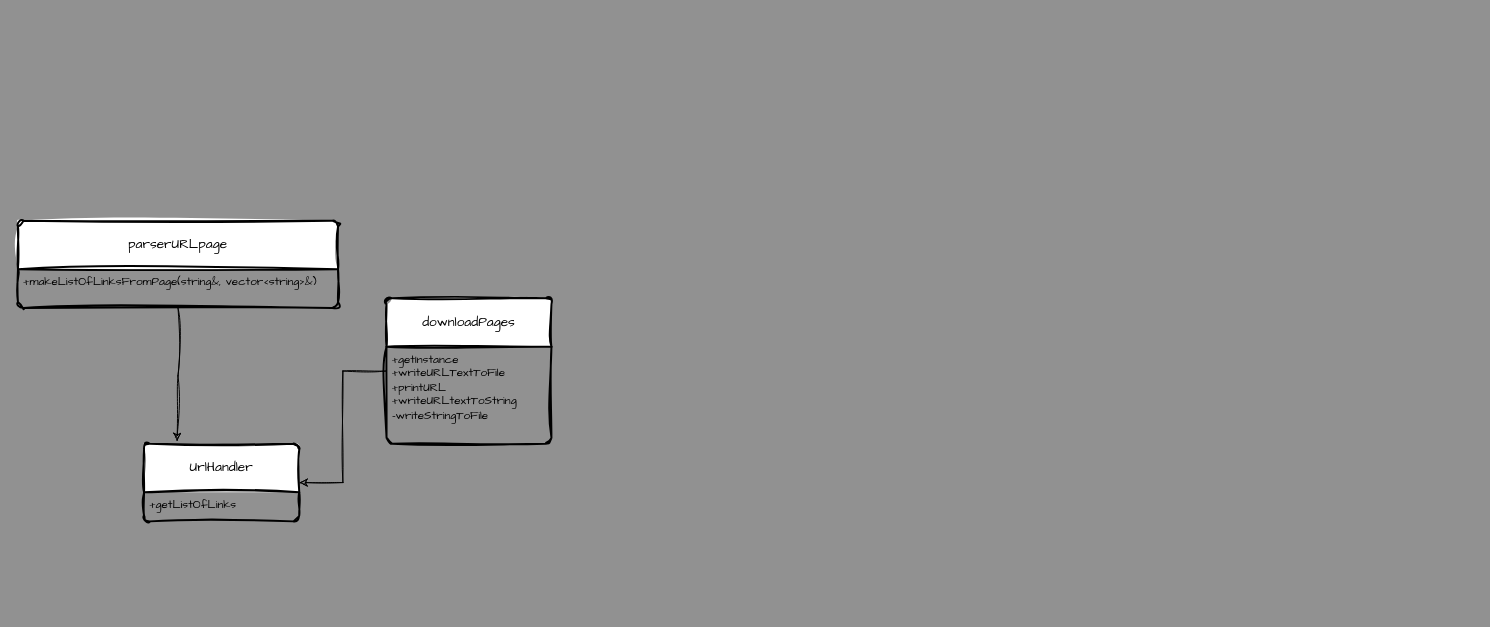
Before: Koogle Search Engine.drawio in david3025/Koogle-Search-Engine, a draw.io diagram. Source tidied: cells renumbered, new cells numbered last; positions are measured from the earlier drawing's top-left corner, leaving out a move shared by most shapes. Both pictures are drawn from the tidied source at 97%, with x=0, y=0 at pixel (17, 220).
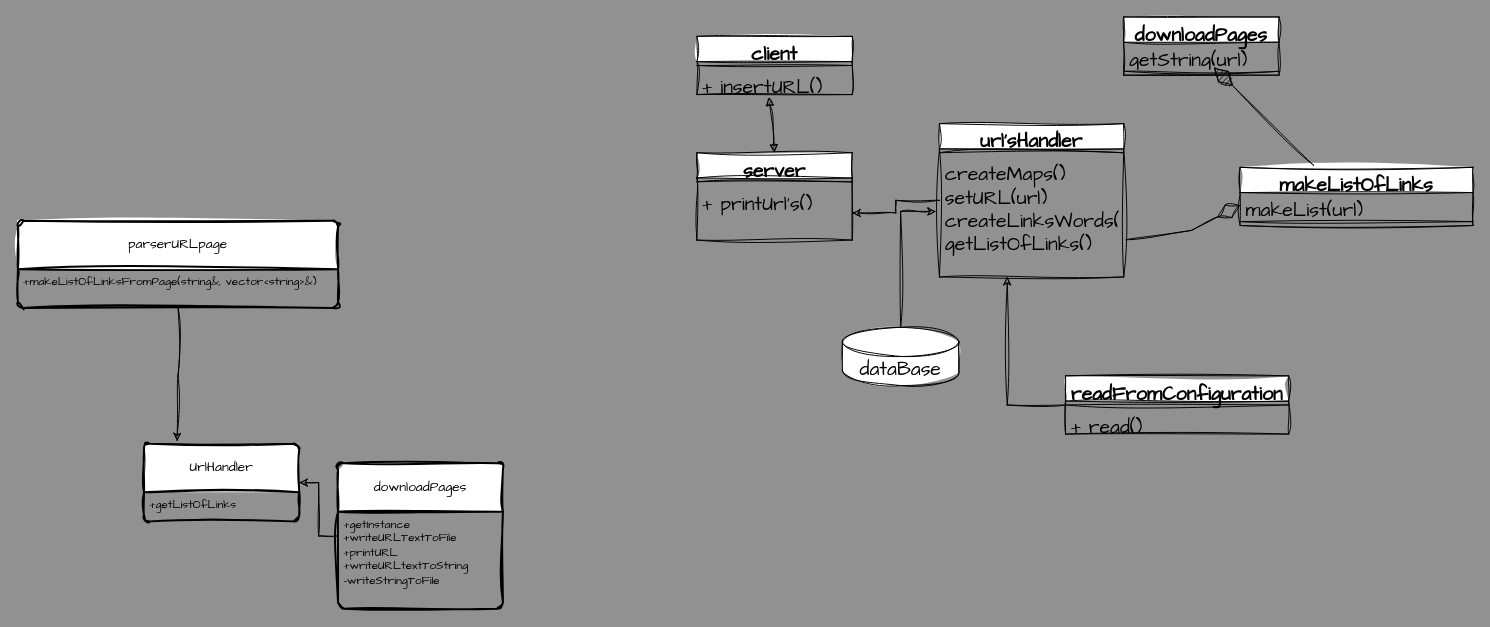
After the change.

The edit, as a diff of the source:
```diff
@@
     <mxCell id="5" value="downloadPages" style="swimlane;horizontal=1;startSize=50;rounded=1;fontSize=14;fontStyle=0;strokeWidth=2;shadow=0;dashed=0;align=center;arcSize=4;whiteSpace=wrap;html=1;sketch=1;hachureGap=4;jiggle=2;curveFitting=1;fontFamily=Architects Daughter;" parent="1" vertex="1">
-      <mxGeometry x="380" y="80" width="170" height="150" as="geometry" />
+      <mxGeometry x="330" y="250" width="170" height="150" as="geometry" />
     </mxCell>
@@
+    <mxCell id="10" value="client" style="swimlane;fontStyle=1;align=center;verticalAlign=top;horizontal=1;startSize=26;whiteSpace=wrap;html=1;sketch=1;hachureGap=4;jiggle=2;curveFitting=1;fontFamily=Architects Daughter;fontSize=20;" parent="1" vertex="1">
+      <mxGeometry x="700" y="-190" width="160" height="60" as="geometry" />
+    </mxCell>
+    <mxCell id="11" style="line;strokeWidth=1;fillColor=none;align=left;verticalAlign=middle;spacingTop=-1;spacingLeft=3;spacingRight=3;labelPosition=right;strokeColor=inherit;sketch=1;hachureGap=4;jiggle=2;curveFitting=1;fontFamily=Architects Daughter;fontSize=20;" parent="10" vertex="1">
+      <mxGeometry y="26" width="160" height="8" as="geometry" />
+    </mxCell>
+    <mxCell id="12" value="+ insertURL()&amp;nbsp;" style="text;strokeColor=none;fillColor=none;align=left;verticalAlign=top;spacingLeft=4;spacingRight=4;overflow=hidden;points=[[0,0.5],[1,0.5]];portConstraint=eastwest;whiteSpace=wrap;html=1;fontSize=20;fontFamily=Architects Daughter;" parent="10" vertex="1">
+      <mxGeometry y="34" width="160" height="26" as="geometry" />
+    </mxCell>
+    <mxCell id="13" value="server" style="swimlane;fontStyle=1;align=center;verticalAlign=top;horizontal=1;startSize=26;whiteSpace=wrap;html=1;sketch=1;hachureGap=4;jiggle=2;curveFitting=1;fontFamily=Architects Daughter;fontSize=20;" parent="1" vertex="1">
+      <mxGeometry x="700" y="-70" width="160" height="90" as="geometry" />
+    </mxCell>
+    <mxCell id="14" style="line;strokeWidth=1;fillColor=none;align=left;verticalAlign=middle;spacingTop=-1;spacingLeft=3;spacingRight=3;labelPosition=right;strokeColor=inherit;sketch=1;hachureGap=4;jiggle=2;curveFitting=1;fontFamily=Architects Daughter;fontSize=20;" parent="13" vertex="1">
+      <mxGeometry y="26" width="160" height="8" as="geometry" />
+    </mxCell>
+    <mxCell id="15" value="+ printUrl's()&amp;nbsp;" style="text;strokeColor=none;fillColor=none;align=left;verticalAlign=top;spacingLeft=4;spacingRight=4;overflow=hidden;points=[[0,0.5],[1,0.5]];portConstraint=eastwest;whiteSpace=wrap;html=1;fontSize=20;fontFamily=Architects Daughter;" parent="13" vertex="1">
+      <mxGeometry y="34" width="160" height="56" as="geometry" />
+    </mxCell>
+    <mxCell id="16" style="edgeStyle=orthogonalEdgeStyle;rounded=0;sketch=1;hachureGap=4;jiggle=2;curveFitting=1;jettySize=auto;html=1;fontFamily=Architects Daughter;fontSize=16;" parent="1" edge="1" source="17" target="15">
+      <mxGeometry relative="1" as="geometry" />
+    </mxCell>
+    <mxCell id="17" value="url'sHandler" style="swimlane;fontStyle=1;align=center;verticalAlign=top;horizontal=1;startSize=26;whiteSpace=wrap;html=1;sketch=1;hachureGap=4;jiggle=2;curveFitting=1;fontFamily=Architects Daughter;fontSize=20;" parent="1" vertex="1">
+      <mxGeometry x="950" y="-100" width="190" height="158" as="geometry" />
+    </mxCell>
+    <mxCell id="18" style="line;strokeWidth=1;fillColor=none;align=left;verticalAlign=middle;spacingTop=-1;spacingLeft=3;spacingRight=3;labelPosition=right;strokeColor=inherit;sketch=1;hachureGap=4;jiggle=2;curveFitting=1;fontFamily=Architects Daughter;fontSize=20;" parent="17" vertex="1">
+      <mxGeometry y="26" width="190" height="8" as="geometry" />
+    </mxCell>
+    <mxCell id="19" value="createMaps()&lt;br&gt;setURL(url)&lt;br&gt;createLinksWords()&lt;br&gt;getListOfLinks()" style="text;strokeColor=none;fillColor=none;align=left;verticalAlign=top;spacingLeft=4;spacingRight=4;overflow=hidden;points=[[0,0.5],[1,0.5]];portConstraint=eastwest;whiteSpace=wrap;html=1;fontSize=20;fontFamily=Architects Daughter;" parent="17" vertex="1">
+      <mxGeometry y="34" width="190" height="124" as="geometry" />
+    </mxCell>
+    <mxCell id="20" style="edgeStyle=orthogonalEdgeStyle;rounded=0;sketch=1;hachureGap=4;jiggle=2;curveFitting=1;jettySize=auto;html=1;fontFamily=Architects Daughter;fontSize=16;entryX=-0.019;entryY=0.455;entryDx=0;entryDy=0;entryPerimeter=0;" parent="1" edge="1" source="21" target="19">
+      <mxGeometry relative="1" as="geometry" />
+    </mxCell>
+    <mxCell id="21" value="dataBase" style="shape=cylinder3;whiteSpace=wrap;html=1;boundedLbl=1;backgroundOutline=1;size=15;sketch=1;hachureGap=4;jiggle=2;curveFitting=1;fontFamily=Architects Daughter;fontSize=20;" parent="1" vertex="1">
+      <mxGeometry x="850" y="110" width="120" height="60" as="geometry" />
+    </mxCell>
+    <mxCell id="22" value="downloadPages" style="swimlane;fontStyle=1;align=center;verticalAlign=top;horizontal=1;startSize=26;whiteSpace=wrap;html=1;sketch=1;hachureGap=4;jiggle=2;curveFitting=1;fontFamily=Architects Daughter;fontSize=20;" parent="1" vertex="1">
+      <mxGeometry x="1140" y="-210" width="160" height="60" as="geometry" />
+    </mxCell>
+    <mxCell id="23" value="getString(url)" style="text;strokeColor=none;fillColor=none;align=left;verticalAlign=top;spacingLeft=4;spacingRight=4;overflow=hidden;points=[[0,0.5],[1,0.5]];portConstraint=eastwest;whiteSpace=wrap;html=1;fontSize=20;fontFamily=Architects Daughter;" parent="22" vertex="1">
+      <mxGeometry y="26" width="160" height="26" as="geometry" />
+    </mxCell>
+    <mxCell id="24" style="line;strokeWidth=1;fillColor=none;align=left;verticalAlign=middle;spacingTop=-1;spacingLeft=3;spacingRight=3;labelPosition=right;strokeColor=inherit;sketch=1;hachureGap=4;jiggle=2;curveFitting=1;fontFamily=Architects Daughter;fontSize=20;" parent="22" vertex="1">
+      <mxGeometry y="52" width="160" height="8" as="geometry" />
+    </mxCell>
+    <mxCell id="25" value="makeListOfLinks" style="swimlane;fontStyle=1;align=center;verticalAlign=top;horizontal=1;startSize=26;whiteSpace=wrap;html=1;sketch=1;hachureGap=4;jiggle=2;curveFitting=1;fontFamily=Architects Daughter;fontSize=20;" parent="1" vertex="1">
+      <mxGeometry x="1260" y="-55" width="240" height="60" as="geometry" />
+    </mxCell>
+    <mxCell id="26" value="makeList(url)" style="text;strokeColor=none;fillColor=none;align=left;verticalAlign=top;spacingLeft=4;spacingRight=4;overflow=hidden;points=[[0,0.5],[1,0.5]];portConstraint=eastwest;whiteSpace=wrap;html=1;fontSize=20;fontFamily=Architects Daughter;" parent="25" vertex="1">
+      <mxGeometry y="26" width="240" height="26" as="geometry" />
+    </mxCell>
+    <mxCell id="27" style="line;strokeWidth=1;fillColor=none;align=left;verticalAlign=middle;spacingTop=-1;spacingLeft=3;spacingRight=3;labelPosition=right;strokeColor=inherit;sketch=1;hachureGap=4;jiggle=2;curveFitting=1;fontFamily=Architects Daughter;fontSize=20;" parent="25" vertex="1">
+      <mxGeometry y="52" width="240" height="8" as="geometry" />
+    </mxCell>
+    <mxCell id="28" value="readFromConfiguration" style="swimlane;fontStyle=1;align=center;verticalAlign=top;horizontal=1;startSize=26;whiteSpace=wrap;html=1;sketch=1;hachureGap=4;jiggle=2;curveFitting=1;fontFamily=Architects Daughter;fontSize=20;" parent="1" vertex="1">
+      <mxGeometry x="1080" y="160" width="230" height="60" as="geometry" />
+    </mxCell>
+    <mxCell id="29" style="line;strokeWidth=1;fillColor=none;align=left;verticalAlign=middle;spacingTop=-1;spacingLeft=3;spacingRight=3;labelPosition=right;points=[];portConstraint=eastwest;strokeColor=inherit;sketch=1;hachureGap=4;jiggle=2;curveFitting=1;fontFamily=Architects Daughter;fontSize=20;" parent="28" vertex="1">
+      <mxGeometry y="26" width="230" height="8" as="geometry" />
+    </mxCell>
+    <mxCell id="30" value="+ read()" style="text;strokeColor=none;fillColor=none;align=left;verticalAlign=top;spacingLeft=4;spacingRight=4;overflow=hidden;whiteSpace=wrap;html=1;fontSize=20;fontFamily=Architects Daughter;" parent="28" vertex="1">
+      <mxGeometry y="34" width="230" height="26" as="geometry" />
+    </mxCell>
+    <mxCell id="31" style="edgeStyle=orthogonalEdgeStyle;rounded=0;sketch=1;hachureGap=4;jiggle=2;curveFitting=1;jettySize=auto;html=1;fontFamily=Architects Daughter;fontSize=16;entryX=0.368;entryY=1;entryDx=0;entryDy=0;entryPerimeter=0;" parent="1" edge="1" source="29" target="19">
+      <mxGeometry relative="1" as="geometry" />
+    </mxCell>
+    <mxCell id="32" style="endArrow=diamondThin;endFill=1;endSize=24;html=1;rounded=0;sketch=1;hachureGap=4;jiggle=2;curveFitting=1;fontFamily=Architects Daughter;fontSize=16;exitX=0.316;exitY=-0.033;exitDx=0;exitDy=0;exitPerimeter=0;" parent="1" edge="1" source="25" target="23">
+      <mxGeometry relative="1" as="geometry" />
+    </mxCell>
+    <mxCell id="33" style="endArrow=diamondThin;endFill=0;endSize=24;html=1;rounded=0;sketch=1;hachureGap=4;jiggle=2;curveFitting=1;fontFamily=Architects Daughter;fontSize=16;entryX=0;entryY=0.5;entryDx=0;entryDy=0;exitX=1.013;exitY=0.691;exitDx=0;exitDy=0;exitPerimeter=0;" parent="1" edge="1" source="19" target="26">
+      <mxGeometry relative="1" as="geometry">
+        <Array as="points">
+          <mxPoint x="1210" y="10" />
+        </Array>
+      </mxGeometry>
+    </mxCell>
+    <mxCell id="34" style="endArrow=block;startArrow=block;endFill=1;startFill=1;html=1;rounded=0;sketch=1;hachureGap=4;jiggle=2;curveFitting=1;fontFamily=Architects Daughter;fontSize=16;exitX=0.464;exitY=1.115;exitDx=0;exitDy=0;exitPerimeter=0;entryX=0.5;entryY=0;entryDx=0;entryDy=0;" parent="1" edge="1" source="12" target="13">
+      <mxGeometry relative="1" as="geometry" />
+    </mxCell>
```
